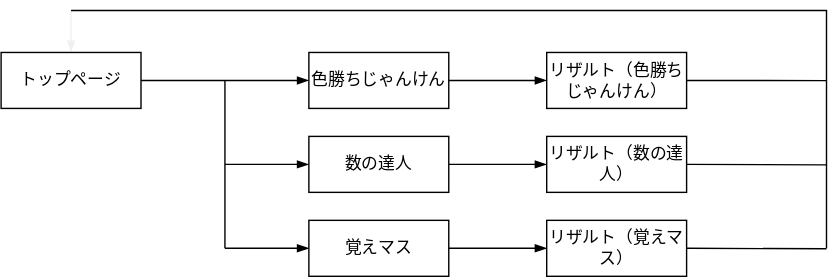
The draw.io diagram app/assets/images/Read-me-images/brain_camp_transition.svg in taichomeiso/Brain_Camp, before a commit. Source tidied: cells renumbered, new cells last; positions are measured from the earlier drawing's top-left corner, leaving out a move shared by most shapes. Its diagram source:
```xml
<mxGraphModel>
  <root>
    <mxCell id="0" />
    <mxCell id="1" parent="0" />
    <mxCell id="2" style="edgeStyle=none;html=1;endSize=6;endArrow=none;endFill=0;strokeWidth=0;rounded=0;strokeColor=#F0F0F0;" parent="1" edge="1" target="10">
      <mxGeometry relative="1" as="geometry">
        <mxPoint x="190" y="50" as="sourcePoint" />
      </mxGeometry>
    </mxCell>
    <mxCell id="3" style="edgeStyle=none;rounded=1;html=1;exitX=1;exitY=0.5;exitDx=0;exitDy=0;entryX=0;entryY=0.5;entryDx=0;entryDy=0;strokeWidth=1;endArrow=blockThin;endFill=1;endSize=6;" parent="1" edge="1" source="5" target="10">
      <mxGeometry relative="1" as="geometry" />
    </mxCell>
    <mxCell id="4" style="edgeStyle=none;rounded=1;html=1;exitX=0.5;exitY=0;exitDx=0;exitDy=0;strokeColor=#F0F0F0;strokeWidth=1;endArrow=none;endFill=0;startArrow=blockThin;startFill=1;" parent="1" edge="1" source="5">
      <mxGeometry relative="1" as="geometry">
        <mxPoint x="50" as="targetPoint" />
      </mxGeometry>
    </mxCell>
    <mxCell id="5" value="トップページ" style="whiteSpace=wrap;html=1;align=center;" parent="1" vertex="1">
      <mxGeometry y="30" width="100" height="40" as="geometry" />
    </mxCell>
    <mxCell id="6" style="edgeStyle=none;html=1;endSize=6;endArrow=none;endFill=0;startArrow=blockThin;startFill=1;" parent="1" edge="1" source="8">
      <mxGeometry relative="1" as="geometry">
        <mxPoint x="160" y="110" as="targetPoint" />
      </mxGeometry>
    </mxCell>
    <mxCell id="7" style="edgeStyle=none;html=1;exitX=1;exitY=0.5;exitDx=0;exitDy=0;endArrow=blockThin;endFill=1;endSize=6;rounded=0;" parent="1" edge="1" source="8" target="15">
      <mxGeometry relative="1" as="geometry" />
    </mxCell>
    <mxCell id="8" value="数の達人" style="whiteSpace=wrap;html=1;align=center;" parent="1" vertex="1">
      <mxGeometry x="220" y="90" width="100" height="40" as="geometry" />
    </mxCell>
    <mxCell id="9" style="edgeStyle=none;html=1;entryX=0;entryY=0.5;entryDx=0;entryDy=0;endArrow=blockThin;endFill=1;endSize=6;startArrow=none;startFill=0;rounded=0;" parent="1" edge="1" source="10" target="17">
      <mxGeometry relative="1" as="geometry" />
    </mxCell>
    <mxCell id="10" value="色勝ちじゃんけん" style="whiteSpace=wrap;html=1;align=center;" parent="1" vertex="1">
      <mxGeometry x="220" y="30" width="100" height="40" as="geometry" />
    </mxCell>
    <mxCell id="11" style="edgeStyle=none;html=1;endSize=6;endArrow=none;endFill=0;startArrow=blockThin;startFill=1;" parent="1" edge="1" source="13">
      <mxGeometry relative="1" as="geometry">
        <mxPoint x="160" y="170" as="targetPoint" />
      </mxGeometry>
    </mxCell>
    <mxCell id="12" style="edgeStyle=none;html=1;exitX=1;exitY=0.5;exitDx=0;exitDy=0;entryX=0;entryY=0.5;entryDx=0;entryDy=0;endArrow=blockThin;endFill=1;endSize=6;rounded=0;" parent="1" edge="1" source="13" target="19">
      <mxGeometry relative="1" as="geometry" />
    </mxCell>
    <mxCell id="13" value="覚えマス" style="whiteSpace=wrap;html=1;align=center;" parent="1" vertex="1">
      <mxGeometry x="220" y="150" width="100" height="40" as="geometry" />
    </mxCell>
    <mxCell id="14" style="edgeStyle=none;rounded=0;html=1;exitX=1;exitY=0.5;exitDx=0;exitDy=0;strokeWidth=1;endArrow=none;endFill=0;endSize=6;" parent="1" edge="1" source="15">
      <mxGeometry relative="1" as="geometry">
        <mxPoint x="590" y="110.3" as="targetPoint" />
      </mxGeometry>
    </mxCell>
    <mxCell id="15" value="リザルト（数の達人）" style="whiteSpace=wrap;html=1;align=center;" parent="1" vertex="1">
      <mxGeometry x="390" y="90" width="100" height="40" as="geometry" />
    </mxCell>
    <mxCell id="16" style="edgeStyle=none;rounded=0;html=1;exitX=1;exitY=0.5;exitDx=0;exitDy=0;strokeWidth=1;endArrow=none;endFill=0;endSize=6;" parent="1" edge="1" source="17">
      <mxGeometry relative="1" as="geometry">
        <mxPoint x="590" y="50.1" as="targetPoint" />
      </mxGeometry>
    </mxCell>
    <mxCell id="17" value="リザルト（色勝ちじゃんけん）" style="whiteSpace=wrap;html=1;align=center;" parent="1" vertex="1">
      <mxGeometry x="390" y="30" width="100" height="40" as="geometry" />
    </mxCell>
    <mxCell id="18" style="edgeStyle=none;rounded=0;html=1;exitX=1;exitY=0.5;exitDx=0;exitDy=0;strokeWidth=1;endArrow=none;endFill=0;endSize=6;" parent="1" edge="1" source="19">
      <mxGeometry relative="1" as="geometry">
        <mxPoint x="590" y="170.3" as="targetPoint" />
      </mxGeometry>
    </mxCell>
    <mxCell id="19" value="リザルト（覚えマス）" style="whiteSpace=wrap;html=1;align=center;" parent="1" vertex="1">
      <mxGeometry x="390" y="150" width="100" height="40" as="geometry" />
    </mxCell>
    <mxCell id="20" style="endArrow=none;html=1;rounded=0;endSize=6;" parent="1" edge="1">
      <mxGeometry relative="1" as="geometry">
        <mxPoint x="160" y="50" as="sourcePoint" />
        <mxPoint x="160" y="170" as="targetPoint" />
      </mxGeometry>
    </mxCell>
    <mxCell id="21" style="endArrow=none;html=1;rounded=0;strokeWidth=1;endSize=6;" parent="1" edge="1">
      <mxGeometry relative="1" as="geometry">
        <mxPoint x="50" as="sourcePoint" />
        <mxPoint x="590" as="targetPoint" />
        <Array as="points">
          <mxPoint x="590" />
          <mxPoint x="590" y="170" />
        </Array>
      </mxGeometry>
    </mxCell>
  </root>
</mxGraphModel>
```
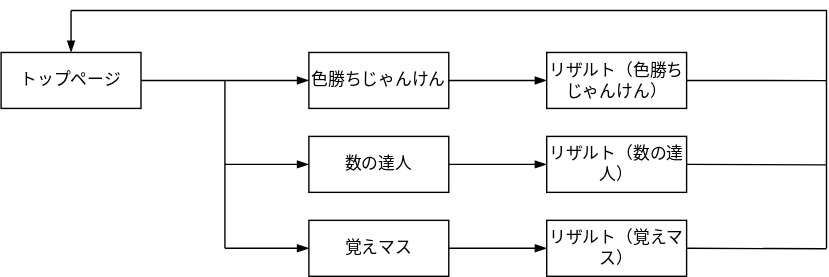
The same diagram one commit later.

What changed in the source:
```diff
@@ -10,7 +10,7 @@
     <mxCell id="3" style="edgeStyle=none;rounded=1;html=1;exitX=1;exitY=0.5;exitDx=0;exitDy=0;entryX=0;entryY=0.5;entryDx=0;entryDy=0;strokeWidth=1;endArrow=blockThin;endFill=1;endSize=6;" parent="1" edge="1" source="5" target="10">
       <mxGeometry relative="1" as="geometry" />
     </mxCell>
-    <mxCell id="4" style="edgeStyle=none;rounded=1;html=1;exitX=0.5;exitY=0;exitDx=0;exitDy=0;strokeColor=#F0F0F0;strokeWidth=1;endArrow=none;endFill=0;startArrow=blockThin;startFill=1;" parent="1" edge="1" source="5">
+    <mxCell id="4" style="edgeStyle=none;rounded=1;html=1;exitX=0.5;exitY=0;exitDx=0;exitDy=0;strokeWidth=1;endArrow=none;endFill=0;startArrow=blockThin;startFill=1;" parent="1" edge="1" source="5">
       <mxGeometry relative="1" as="geometry">
         <mxPoint x="50" as="targetPoint" />
       </mxGeometry>
```
